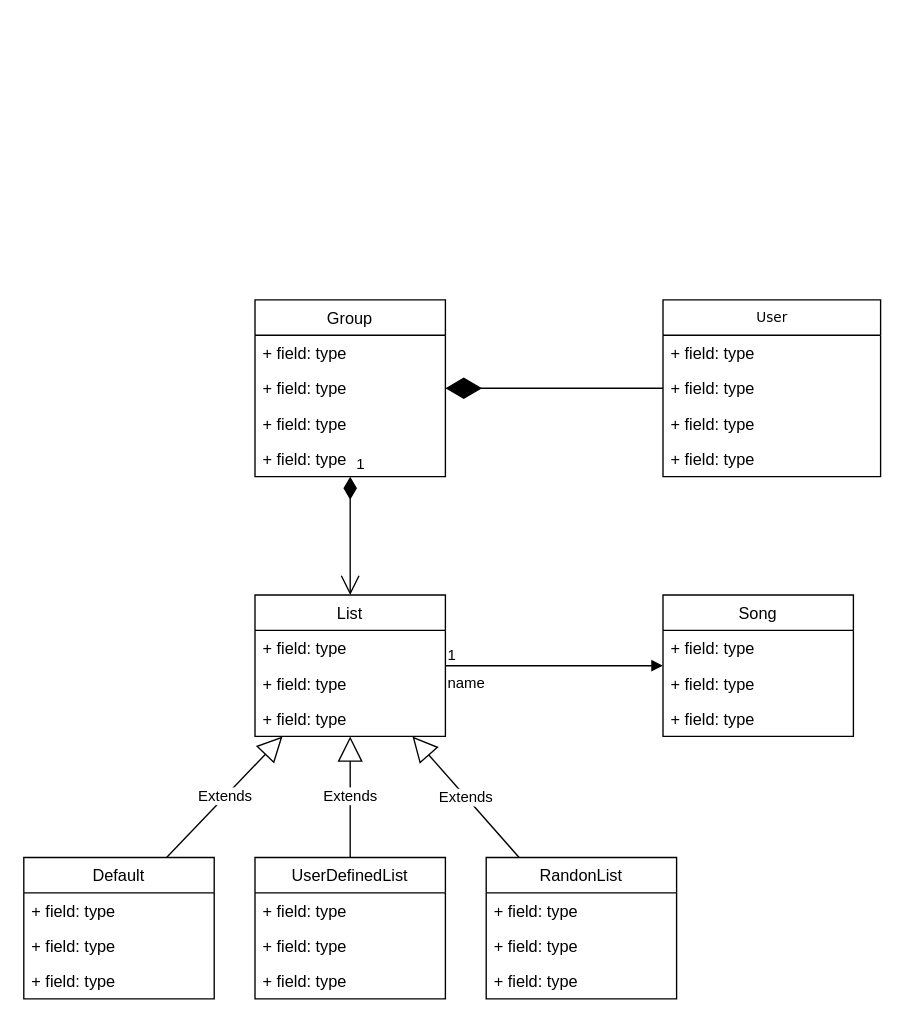
HostYourMusic/documentation keeps this draw.io diagram as main.drawio. Above is the earlier version. Source tidied: cells renumbered, new cells numbered last; positions are measured from the earlier drawing's top-left corner, leaving out a move shared by most shapes. Both pictures are drawn from the tidied source at 136%, with x=0, y=0 at pixel (23, 299).
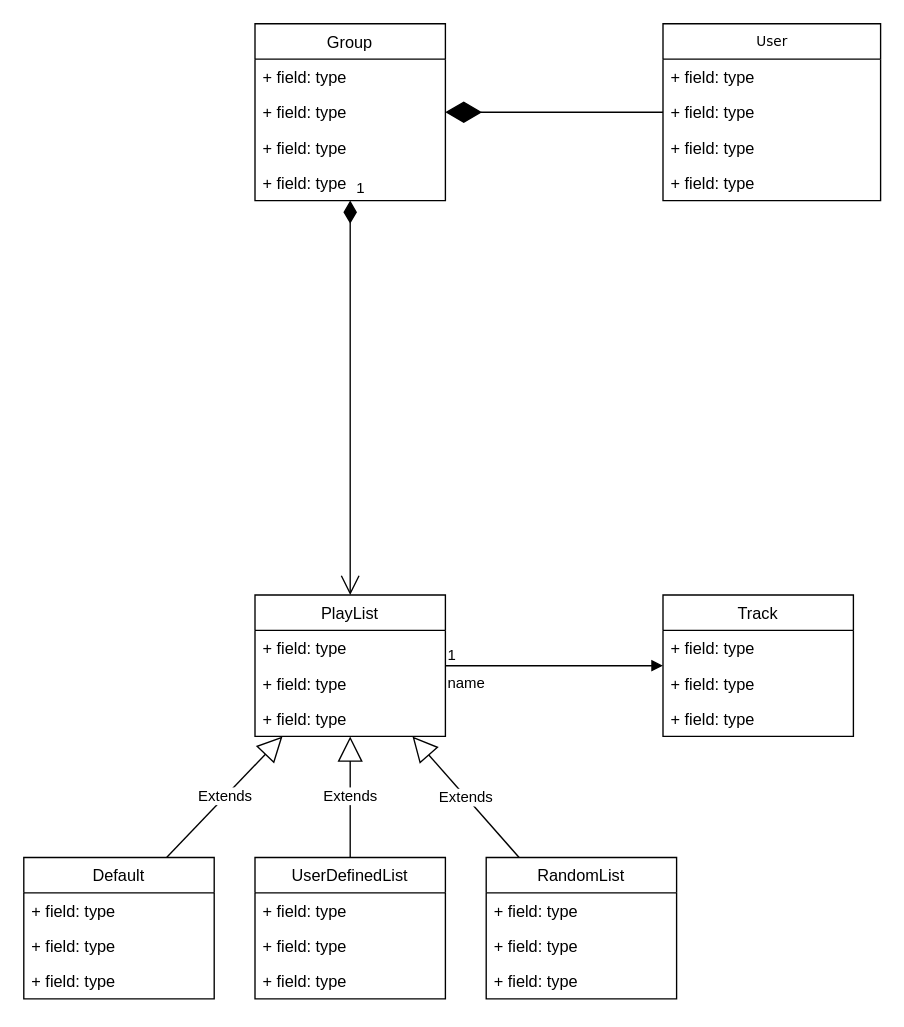
The same diagram, later.

The change refers to these unchanged cells:
```xml
<mxCell id="11" value="+ field: type" style="text;strokeColor=none;fillColor=none;align=left;verticalAlign=top;spacingLeft=4;spacingRight=4;overflow=hidden;points=[[0,0.5],[1,0.5]];portConstraint=eastwest;" parent="7" vertex="1">
  <mxGeometry y="104" width="140" height="26" as="geometry" />
</mxCell>
<mxCell id="29" value="UserDefinedList" style="swimlane;fontStyle=0;horizontal=1;startSize=26;fillColor=none;" parent="1" vertex="1">
  <mxGeometry x="170" y="410" width="140" height="104" as="geometry" />
</mxCell>
```

Change to the diagram source:
```diff
@@
     <mxCell id="3" value="1" style="endArrow=open;html=1;endSize=12;startArrow=diamondThin;startSize=14;startFill=1;edgeStyle=orthogonalEdgeStyle;align=left;verticalAlign=bottom;" parent="1" edge="1" source="11" target="17">
       <mxGeometry x="-1" y="3" relative="1" as="geometry">
         <Array as="points">
-          <mxPoint x="240" y="174" />
-          <mxPoint x="240" y="174" />
+          <mxPoint x="240" y="-29" />
+          <mxPoint x="240" y="-29" />
         </Array>
       </mxGeometry>
     </mxCell>
@@
     <mxCell id="7" value="Group" style="swimlane;fontStyle=0;horizontal=1;startSize=26;fillColor=none;" parent="1" vertex="1">
-      <mxGeometry x="170" width="140" height="130" as="geometry" />
+      <mxGeometry x="170" y="-203" width="140" height="130" as="geometry" />
     </mxCell>
@@
     <mxCell id="12" value="User" style="swimlane;html=1;fontStyle=0;horizontal=1;startSize=26;fillColor=none;swimlaneFillColor=#ffffff;rounded=0;shadow=0;comic=0;labelBackgroundColor=none;strokeWidth=1;fontFamily=Verdana;fontSize=10;align=center;" parent="1" vertex="1">
-      <mxGeometry x="470" width="160" height="130" as="geometry" />
+      <mxGeometry x="470" y="-203" width="160" height="130" as="geometry" />
     </mxCell>
@@
+    <mxCell id="37" value="Extends" style="endArrow=block;endSize=16;endFill=0;html=1;" parent="1" edge="1" source="29" target="17">
+      <mxGeometry relative="1" as="geometry" />
+    </mxCell>
+    <mxCell id="38" value="Extends" style="endArrow=block;endSize=16;endFill=0;html=1;" parent="1" edge="1" source="33" target="17">
+      <mxGeometry relative="1" as="geometry" />
+    </mxCell>
-    <mxCell id="17" value="List" style="swimlane;fontStyle=0;horizontal=1;startSize=26;fillColor=none;" parent="1" vertex="1">
+    <mxCell id="17" value="PlayList" style="swimlane;fontStyle=0;horizontal=1;startSize=26;fillColor=none;" parent="1" vertex="1">
       <mxGeometry x="170" y="217" width="140" height="104" as="geometry" />
     </mxCell>
@@
-    <mxCell id="21" value="Song" style="swimlane;fontStyle=0;horizontal=1;startSize=26;fillColor=none;" parent="1" vertex="1">
+    <mxCell id="21" value="Track" style="swimlane;fontStyle=0;horizontal=1;startSize=26;fillColor=none;" parent="1" vertex="1">
       <mxGeometry x="470" y="217" width="140" height="104" as="geometry" />
     </mxCell>
@@
-    <mxCell id="33" value="RandonList" style="swimlane;fontStyle=0;horizontal=1;startSize=26;fillColor=none;" parent="1" vertex="1">
+    <mxCell id="33" value="RandomList" style="swimlane;fontStyle=0;horizontal=1;startSize=26;fillColor=none;" parent="1" vertex="1">
       <mxGeometry x="340" y="410" width="140" height="104" as="geometry" />
     </mxCell>
@@
-    <mxCell id="37" value="Extends" style="endArrow=block;endSize=16;endFill=0;html=1;" parent="1" edge="1" source="29" target="17">
-      <mxGeometry relative="1" as="geometry" />
-    </mxCell>
-    <mxCell id="38" value="Extends" style="endArrow=block;endSize=16;endFill=0;html=1;" parent="1" edge="1" source="33" target="17">
-      <mxGeometry relative="1" as="geometry" />
-    </mxCell>
```
